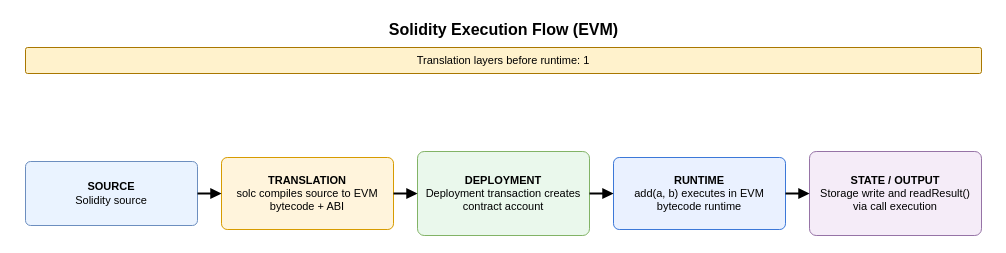
This is assets/contracting_flows/solidity_flow.drawio from Endogen/xian-tech-website, a draw.io file, before an edit. Source tidied: cells renumbered, new cells numbered last; positions are measured from the earlier drawing's top-left corner, leaving out a move shared by most shapes. Both pictures are drawn from the tidied source at 100%, with x=0, y=0 at pixel (17, 17).
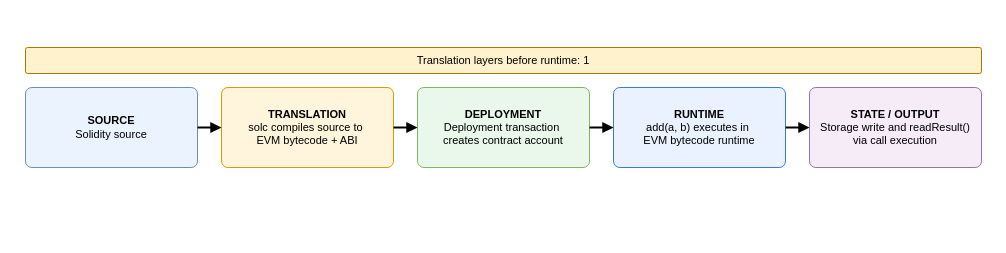
After the change.

What changed in the source:
```diff
@@
 <mxGraphModel>
   <root>
     <mxCell id="0" />
     <mxCell id="1" parent="0" />
-    <mxCell id="2" value="Solidity Execution Flow (EVM)" style="text;html=1;strokeColor=none;fillColor=none;align=center;verticalAlign=middle;fontSize=16;fontStyle=1;" parent="1" vertex="1">
-      <mxGeometry width="972" height="24" as="geometry" />
-    </mxCell>
     <mxCell id="3" value="Translation layers before runtime: 1" style="rounded=1;whiteSpace=wrap;html=1;arcSize=8;fillColor=#FFF2CC;strokeColor=#A97700;fontSize=11;align=center;verticalAlign=middle;" parent="1" vertex="1">
       <mxGeometry x="8" y="30" width="956" height="26" as="geometry" />
     </mxCell>
     <mxCell id="4" value="&lt;b&gt;SOURCE&lt;/b&gt;&lt;br&gt;Solidity source" style="rounded=1;whiteSpace=wrap;html=1;arcSize=8;fillColor=#EAF3FF;strokeColor=#6C8EBF;fontSize=11;align=center;verticalAlign=middle;spacing=6;" parent="1" vertex="1">
-      <mxGeometry x="8" y="144" width="172" height="64" as="geometry" />
+      <mxGeometry x="8" y="70" width="172" height="80" as="geometry" />
     </mxCell>
-    <mxCell id="5" value="&lt;b&gt;TRANSLATION&lt;/b&gt;&lt;br&gt;solc compiles source to EVM bytecode + ABI" style="rounded=1;whiteSpace=wrap;html=1;arcSize=8;fillColor=#FFF4DC;strokeColor=#D79B00;fontSize=11;align=center;verticalAlign=middle;spacing=6;" parent="1" vertex="1">
-      <mxGeometry x="204" y="140" width="172" height="72" as="geometry" />
+    <mxCell id="5" value="&lt;b&gt;TRANSLATION&lt;/b&gt;&lt;br&gt;solc compiles source to&amp;nbsp;&lt;div&gt;EVM bytecode + ABI&lt;/div&gt;" style="rounded=1;whiteSpace=wrap;html=1;arcSize=8;fillColor=#FFF4DC;strokeColor=#D79B00;fontSize=11;align=center;verticalAlign=middle;spacing=6;" parent="1" vertex="1">
+      <mxGeometry x="204" y="70" width="172" height="80" as="geometry" />
     </mxCell>
-    <mxCell id="6" value="&lt;b&gt;DEPLOYMENT&lt;/b&gt;&lt;br&gt;Deployment transaction creates contract account" style="rounded=1;whiteSpace=wrap;html=1;arcSize=8;fillColor=#EAF8EC;strokeColor=#82B366;fontSize=11;align=center;verticalAlign=middle;spacing=6;" parent="1" vertex="1">
-      <mxGeometry x="400" y="134" width="172" height="84" as="geometry" />
+    <mxCell id="6" value="&lt;b&gt;DEPLOYMENT&lt;/b&gt;&lt;br&gt;Deployment transaction&amp;nbsp;&lt;div&gt;creates contract account&lt;/div&gt;" style="rounded=1;whiteSpace=wrap;html=1;arcSize=8;fillColor=#EAF8EC;strokeColor=#82B366;fontSize=11;align=center;verticalAlign=middle;spacing=6;" parent="1" vertex="1">
+      <mxGeometry x="400" y="70" width="172" height="80" as="geometry" />
     </mxCell>
-    <mxCell id="7" value="&lt;b&gt;RUNTIME&lt;/b&gt;&lt;br&gt;add(a, b) executes in EVM bytecode runtime" style="rounded=1;whiteSpace=wrap;html=1;arcSize=8;fillColor=#EAF1FF;strokeColor=#3C78D8;fontSize=11;align=center;verticalAlign=middle;spacing=6;" parent="1" vertex="1">
-      <mxGeometry x="596" y="140" width="172" height="72" as="geometry" />
+    <mxCell id="7" value="&lt;b&gt;RUNTIME&lt;/b&gt;&lt;br&gt;add(a, b) executes in&amp;nbsp;&lt;div&gt;EVM bytecode runtime&lt;/div&gt;" style="rounded=1;whiteSpace=wrap;html=1;arcSize=8;fillColor=#EAF1FF;strokeColor=#3C78D8;fontSize=11;align=center;verticalAlign=middle;spacing=6;" parent="1" vertex="1">
+      <mxGeometry x="596" y="70" width="172" height="80" as="geometry" />
     </mxCell>
     <mxCell id="8" value="&lt;b&gt;STATE / OUTPUT&lt;/b&gt;&lt;br&gt;Storage write and readResult() via call execution" style="rounded=1;whiteSpace=wrap;html=1;arcSize=8;fillColor=#F5ECF8;strokeColor=#9673A6;fontSize=11;align=center;verticalAlign=middle;spacing=6;" parent="1" vertex="1">
-      <mxGeometry x="792" y="134" width="172" height="84" as="geometry" />
+      <mxGeometry x="792" y="70" width="172" height="80" as="geometry" />
     </mxCell>
     <mxCell id="9" style="endArrow=block;endFill=1;html=1;rounded=1;strokeWidth=2;edgeStyle=orthogonalEdgeStyle;" parent="1" edge="1" source="4" target="5">
       <mxGeometry relative="1" as="geometry" />
     </mxCell>
     <mxCell id="10" style="endArrow=block;endFill=1;html=1;rounded=1;strokeWidth=2;edgeStyle=orthogonalEdgeStyle;" parent="1" edge="1" source="5" target="6">
       <mxGeometry relative="1" as="geometry" />
     </mxCell>
     <mxCell id="11" style="endArrow=block;endFill=1;html=1;rounded=1;strokeWidth=2;edgeStyle=orthogonalEdgeStyle;" parent="1" edge="1" source="6" target="7">
       <mxGeometry relative="1" as="geometry" />
     </mxCell>
     <mxCell id="12" style="endArrow=block;endFill=1;html=1;rounded=1;strokeWidth=2;edgeStyle=orthogonalEdgeStyle;" parent="1" edge="1" source="7" target="8">
       <mxGeometry relative="1" as="geometry" />
     </mxCell>
   </root>
 </mxGraphModel>
```
